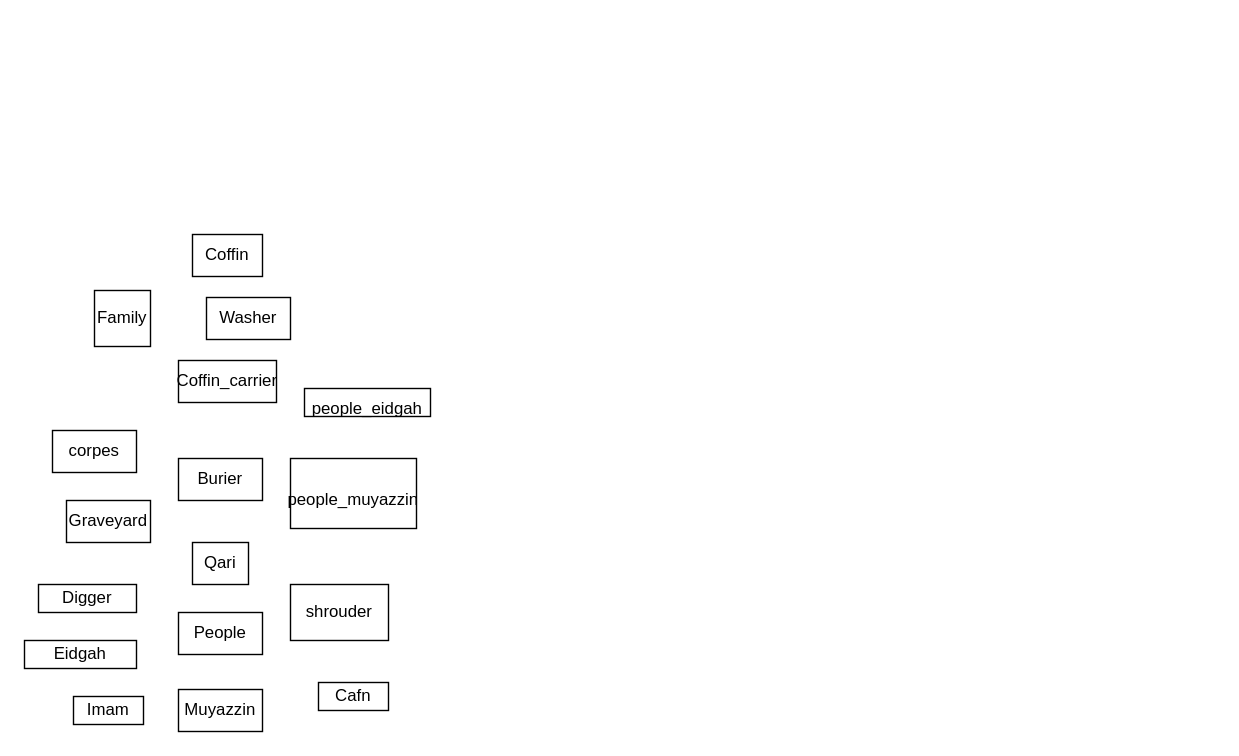
Earlier version of the draw.io diagram Untitled Diagram.drawio (zihad18/oop-examples). Source tidied: cells renumbered, new cells numbered last; positions are measured from the earlier drawing's top-left corner, leaving out a move shared by most shapes. Both pictures are drawn from the tidied source at 140%, with x=0, y=0 at pixel (24, 234).
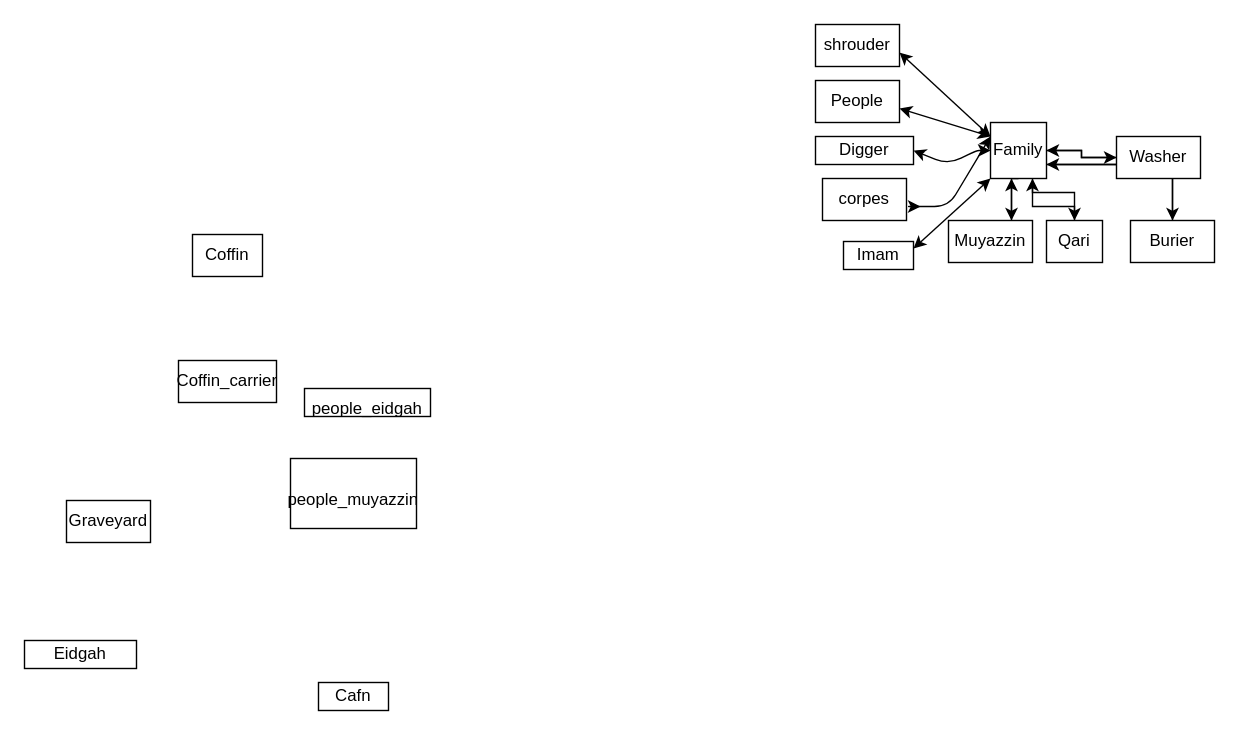
The same diagram, later.

Diff of the diagram source:
```diff
@@
+    <mxCell id="19" style="edgeStyle=orthogonalEdgeStyle;rounded=0;jettySize=auto;html=1;entryX=0;entryY=0.5;entryDx=0;entryDy=0;" parent="1" edge="1" source="2" target="13">
+      <mxGeometry relative="1" as="geometry" />
+    </mxCell>
+    <mxCell id="20" style="edgeStyle=orthogonalEdgeStyle;rounded=0;jettySize=auto;html=1;exitX=0.5;exitY=1;exitDx=0;exitDy=0;entryX=0.75;entryY=0;entryDx=0;entryDy=0;" parent="1" edge="1" source="2" target="8">
+      <mxGeometry relative="1" as="geometry" />
+    </mxCell>
+    <mxCell id="21" style="edgeStyle=orthogonalEdgeStyle;rounded=0;jettySize=auto;html=1;exitX=0.75;exitY=1;exitDx=0;exitDy=0;entryX=0.5;entryY=0;entryDx=0;entryDy=0;" parent="1" edge="1" source="2" target="10">
+      <mxGeometry relative="1" as="geometry" />
+    </mxCell>
+    <mxCell id="22" style="edgeStyle=orthogonalEdgeStyle;rounded=0;jettySize=auto;html=1;exitX=1;exitY=0.75;exitDx=0;exitDy=0;" parent="1" edge="1" source="2" target="11">
+      <mxGeometry relative="1" as="geometry" />
+    </mxCell>
     <mxCell id="2" value="Family" style="rounded=0;whiteSpace=wrap;html=1;" parent="1" vertex="1">
-      <mxGeometry x="50" y="40" width="40" height="40" as="geometry" />
+      <mxGeometry x="690" y="-80" width="40" height="40" as="geometry" />
     </mxCell>
     <mxCell id="3" value="corpes" style="rounded=0;whiteSpace=wrap;html=1;" parent="1" vertex="1">
-      <mxGeometry x="20" y="140" width="60" height="30" as="geometry" />
+      <mxGeometry x="570" y="-40" width="60" height="30" as="geometry" />
     </mxCell>
@@
     <mxCell id="5" value="Digger" style="rounded=0;whiteSpace=wrap;html=1;" parent="1" vertex="1">
-      <mxGeometry x="10" y="250" width="70" height="20" as="geometry" />
+      <mxGeometry x="565" y="-70" width="70" height="20" as="geometry" />
     </mxCell>
@@
     <mxCell id="7" value="Imam" style="rounded=0;whiteSpace=wrap;html=1;" parent="1" vertex="1">
-      <mxGeometry x="35" y="330" width="50" height="20" as="geometry" />
+      <mxGeometry x="585" y="5" width="50" height="20" as="geometry" />
     </mxCell>
+    <mxCell id="23" style="edgeStyle=orthogonalEdgeStyle;rounded=0;jettySize=auto;html=1;exitX=0.75;exitY=0;exitDx=0;exitDy=0;" parent="1" edge="1" source="8">
+      <mxGeometry relative="1" as="geometry">
+        <mxPoint x="705" y="-40" as="targetPoint" />
+      </mxGeometry>
+    </mxCell>
     <mxCell id="8" value="Muyazzin" style="rounded=0;whiteSpace=wrap;html=1;" parent="1" vertex="1">
-      <mxGeometry x="110" y="325" width="60" height="30" as="geometry" />
+      <mxGeometry x="660" y="-10" width="60" height="30" as="geometry" />
     </mxCell>
     <mxCell id="9" value="People" style="rounded=0;whiteSpace=wrap;html=1;" parent="1" vertex="1">
-      <mxGeometry x="110" y="270" width="60" height="30" as="geometry" />
+      <mxGeometry x="565" y="-110" width="60" height="30" as="geometry" />
     </mxCell>
+    <mxCell id="24" style="edgeStyle=orthogonalEdgeStyle;rounded=0;orthogonalLoop=1;jettySize=auto;html=1;exitX=0;exitY=0;exitDx=0;exitDy=0;entryX=0;entryY=0;entryDx=0;entryDy=0;" parent="1" edge="1" source="10" target="10">
+      <mxGeometry relative="1" as="geometry" />
+    </mxCell>
+    <mxCell id="25" style="edgeStyle=orthogonalEdgeStyle;rounded=0;jettySize=auto;html=1;exitX=0.5;exitY=0;exitDx=0;exitDy=0;entryX=0.75;entryY=1;entryDx=0;entryDy=0;" parent="1" edge="1" source="10" target="2">
+      <mxGeometry relative="1" as="geometry" />
+    </mxCell>
     <mxCell id="10" value="Qari" style="rounded=0;whiteSpace=wrap;html=1;" parent="1" vertex="1">
-      <mxGeometry x="120" y="220" width="40" height="30" as="geometry" />
+      <mxGeometry x="730" y="-10" width="40" height="30" as="geometry" />
     </mxCell>
+    <mxCell id="26" style="edgeStyle=orthogonalEdgeStyle;rounded=0;jettySize=auto;html=1;exitX=0.5;exitY=0;exitDx=0;exitDy=0;entryX=1;entryY=0.75;entryDx=0;entryDy=0;" parent="1" edge="1" source="11" target="2">
+      <mxGeometry relative="1" as="geometry" />
+    </mxCell>
     <mxCell id="11" value="Burier" style="rounded=0;whiteSpace=wrap;html=1;" parent="1" vertex="1">
-      <mxGeometry x="110" y="160" width="60" height="30" as="geometry" />
+      <mxGeometry x="790" y="-10" width="60" height="30" as="geometry" />
     </mxCell>
@@
+    <mxCell id="27" style="edgeStyle=orthogonalEdgeStyle;rounded=0;jettySize=auto;html=1;exitX=0;exitY=0.5;exitDx=0;exitDy=0;entryX=1;entryY=0.5;entryDx=0;entryDy=0;" parent="1" edge="1" source="13" target="2">
+      <mxGeometry relative="1" as="geometry" />
+    </mxCell>
     <mxCell id="13" value="Washer" style="rounded=0;whiteSpace=wrap;html=1;" parent="1" vertex="1">
-      <mxGeometry x="130" y="45" width="60" height="30" as="geometry" />
+      <mxGeometry x="780" y="-70" width="60" height="30" as="geometry" />
     </mxCell>
@@
     <mxCell id="16" value="shrouder" style="rounded=0;whiteSpace=wrap;html=1;" parent="1" vertex="1">
-      <mxGeometry x="190" y="250" width="70" height="40" as="geometry" />
+      <mxGeometry x="565" y="-150" width="60" height="30" as="geometry" />
     </mxCell>
@@
+    <mxCell id="28" style="endArrow=classic;startArrow=classic;html=1;" parent="1" edge="1">
+      <mxGeometry relative="1" as="geometry">
+        <mxPoint x="640" y="-20" as="sourcePoint" />
+        <mxPoint x="690" y="-70" as="targetPoint" />
+        <Array as="points">
+          <mxPoint x="630" y="-20" />
+          <mxPoint x="660" y="-20" />
+        </Array>
+      </mxGeometry>
+    </mxCell>
+    <mxCell id="29" style="endArrow=classic;startArrow=classic;html=1;exitX=1;exitY=0.5;exitDx=0;exitDy=0;" parent="1" edge="1" source="5">
+      <mxGeometry relative="1" as="geometry">
+        <mxPoint x="690" y="-60" as="targetPoint" />
+        <Array as="points">
+          <mxPoint x="660" y="-50" />
+          <mxPoint x="680" y="-60" />
+        </Array>
+      </mxGeometry>
+    </mxCell>
+    <mxCell id="30" style="endArrow=classic;startArrow=classic;html=1;entryX=0;entryY=1;entryDx=0;entryDy=0;" parent="1" edge="1" target="2">
+      <mxGeometry relative="1" as="geometry">
+        <mxPoint x="635" y="10" as="sourcePoint" />
+      </mxGeometry>
+    </mxCell>
+    <mxCell id="31" style="endArrow=classic;startArrow=classic;html=1;" parent="1" edge="1">
+      <mxGeometry relative="1" as="geometry">
+        <mxPoint x="625" y="-130" as="sourcePoint" />
+        <mxPoint x="690" y="-70" as="targetPoint" />
+      </mxGeometry>
+    </mxCell>
+    <mxCell id="32" style="endArrow=classic;startArrow=classic;html=1;" parent="1" edge="1">
+      <mxGeometry relative="1" as="geometry">
+        <mxPoint x="625" y="-90" as="sourcePoint" />
+        <mxPoint x="690" y="-70" as="targetPoint" />
+      </mxGeometry>
+    </mxCell>
```
